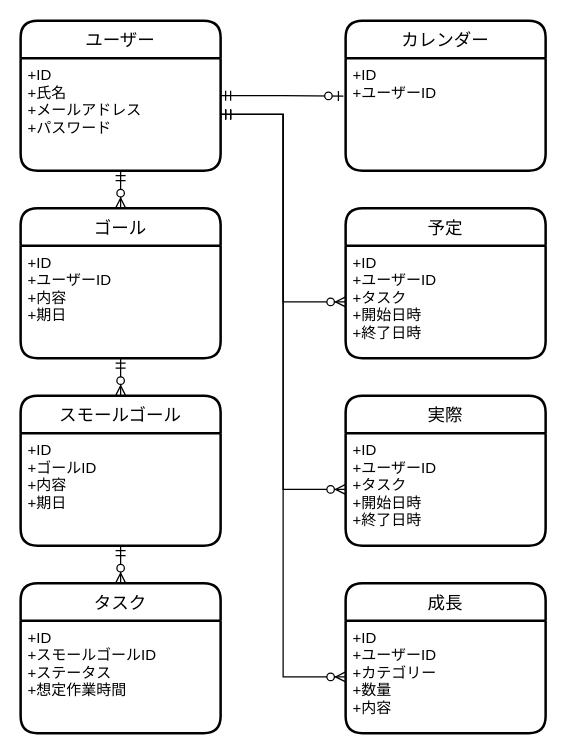
Before: アプリケーション設計/Untitled Diagram.drawio in ippeiNakamura/TIL, a draw.io diagram. Source tidied: cells renumbered, new cells numbered last; positions are measured from the earlier drawing's top-left corner, leaving out a move shared by most shapes. Both pictures are drawn from the tidied source at 125%, with x=0, y=0 at pixel (20, 20).
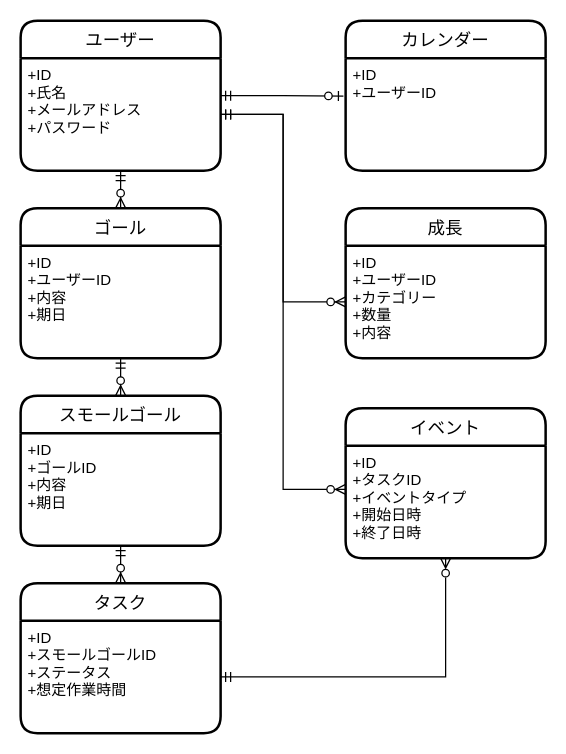
After the change.

The change refers to these unchanged cells:
```xml
<mxCell id="4" value="+ID&#10;+氏名&#10;+メールアドレス&#10;+パスワード" style="align=left;strokeColor=none;fillColor=none;spacingLeft=4;fontSize=12;verticalAlign=top;" parent="3" vertex="1">
  <mxGeometry y="30" width="160" height="90" as="geometry" />
</mxCell>
<mxCell id="10" value="+ID&#10;+スモールゴールID&#10;+ステータス&#10;+想定作業時間&#10;" style="align=left;strokeColor=none;fillColor=none;spacingLeft=4;fontSize=12;verticalAlign=top;" parent="9" vertex="1">
  <mxGeometry y="30" width="160" height="90" as="geometry" />
</mxCell>
```

Change to the diagram source:
```diff
@@
-    <mxCell id="13" value="予定" style="swimlane;horizontal=1;startSize=30;rounded=1;fontSize=14;fontStyle=0;strokeWidth=2;shadow=0;dashed=0;align=center;" parent="1" vertex="1">
-      <mxGeometry x="260" y="150" width="160" height="120" as="geometry" />
-    </mxCell>
-    <mxCell id="14" value="+ID&#10;+ユーザーID&#10;+タスク&#10;+開始日時&#10;+終了日時" style="align=left;strokeColor=none;fillColor=none;spacingLeft=4;fontSize=12;verticalAlign=top;" parent="13" vertex="1">
-      <mxGeometry y="30" width="160" height="90" as="geometry" />
-    </mxCell>
-    <mxCell id="15" value="実際" style="swimlane;horizontal=1;startSize=30;rounded=1;fontSize=14;fontStyle=0;strokeWidth=2;shadow=0;dashed=0;align=center;" parent="1" vertex="1">
-      <mxGeometry x="260" y="300" width="160" height="120" as="geometry" />
-    </mxCell>
-    <mxCell id="16" value="+ID&#10;+ユーザーID&#10;+タスク&#10;+開始日時&#10;+終了日時" style="align=left;strokeColor=none;fillColor=none;spacingLeft=4;fontSize=12;verticalAlign=top;" parent="15" vertex="1">
-      <mxGeometry y="30" width="160" height="90" as="geometry" />
-    </mxCell>
     <mxCell id="17" value="成長" style="swimlane;horizontal=1;startSize=30;rounded=1;fontSize=14;fontStyle=0;strokeWidth=2;shadow=0;dashed=0;align=center;" parent="1" vertex="1">
-      <mxGeometry x="260" y="450" width="160" height="120" as="geometry" />
+      <mxGeometry x="260" y="150" width="160" height="120" as="geometry" />
     </mxCell>
@@
-    <mxCell id="22" style="edgeStyle=orthogonalEdgeStyle;rounded=0;jettySize=auto;html=1;exitX=1;exitY=0.5;exitDx=0;exitDy=0;entryX=0;entryY=0.5;entryDx=0;entryDy=0;startArrow=ERmandOne;startFill=0;endArrow=ERzeroToMany;endFill=1;" parent="1" edge="1" source="4" target="14">
-      <mxGeometry relative="1" as="geometry" />
-    </mxCell>
-    <mxCell id="23" style="edgeStyle=orthogonalEdgeStyle;rounded=0;jettySize=auto;html=1;exitX=1;exitY=0.5;exitDx=0;exitDy=0;entryX=0;entryY=0.5;entryDx=0;entryDy=0;startArrow=ERmandOne;startFill=0;endArrow=ERzeroToMany;endFill=1;" parent="1" edge="1" source="4" target="16">
+    <mxCell id="23" style="edgeStyle=orthogonalEdgeStyle;rounded=0;jettySize=auto;html=1;exitX=1;exitY=0.5;exitDx=0;exitDy=0;entryX=0;entryY=0.389;entryDx=0;entryDy=0;startArrow=ERmandOne;startFill=0;endArrow=ERzeroToMany;endFill=1;entryPerimeter=0;" parent="1" edge="1" source="4" target="26">
       <mxGeometry relative="1" as="geometry" />
     </mxCell>
@@
+    <mxCell id="25" value="イベント" style="swimlane;horizontal=1;startSize=30;rounded=1;fontSize=14;fontStyle=0;strokeWidth=2;shadow=0;dashed=0;align=center;" parent="1" vertex="1">
+      <mxGeometry x="260" y="310" width="160" height="120" as="geometry" />
+    </mxCell>
+    <mxCell id="26" value="+ID&#10;+タスクID&#10;+イベントタイプ&#10;+開始日時&#10;+終了日時&#10;" style="align=left;strokeColor=none;fillColor=none;spacingLeft=4;fontSize=12;verticalAlign=top;" parent="25" vertex="1">
+      <mxGeometry y="30" width="160" height="90" as="geometry" />
+    </mxCell>
+    <mxCell id="27" style="edgeStyle=orthogonalEdgeStyle;rounded=0;jettySize=auto;html=1;entryX=0.5;entryY=1;entryDx=0;entryDy=0;endArrow=ERzeroToMany;endFill=0;startArrow=ERmandOne;startFill=0;" parent="1" edge="1" source="10" target="26">
+      <mxGeometry relative="1" as="geometry" />
+    </mxCell>
```
